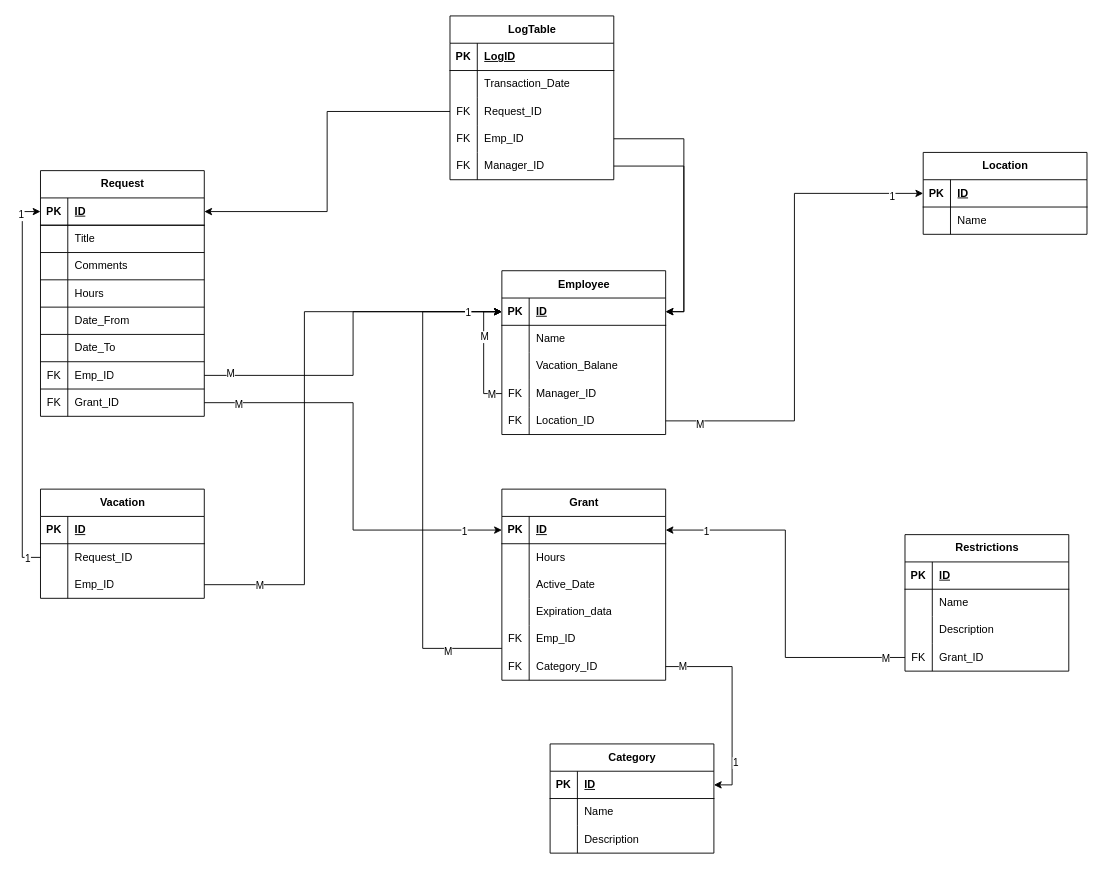
Above: VTS-Data Model.drawio in AbdallaSamirKhalifa/Vacation-Tracking-System-VTS-analysis (draw.io), before the change. Source tidied: cells renumbered, new cells numbered last; positions are measured from the earlier drawing's top-left corner, leaving out a move shared by most shapes. Both pictures are drawn from the tidied source at 91%, with x=0, y=0 at pixel (40, 15).
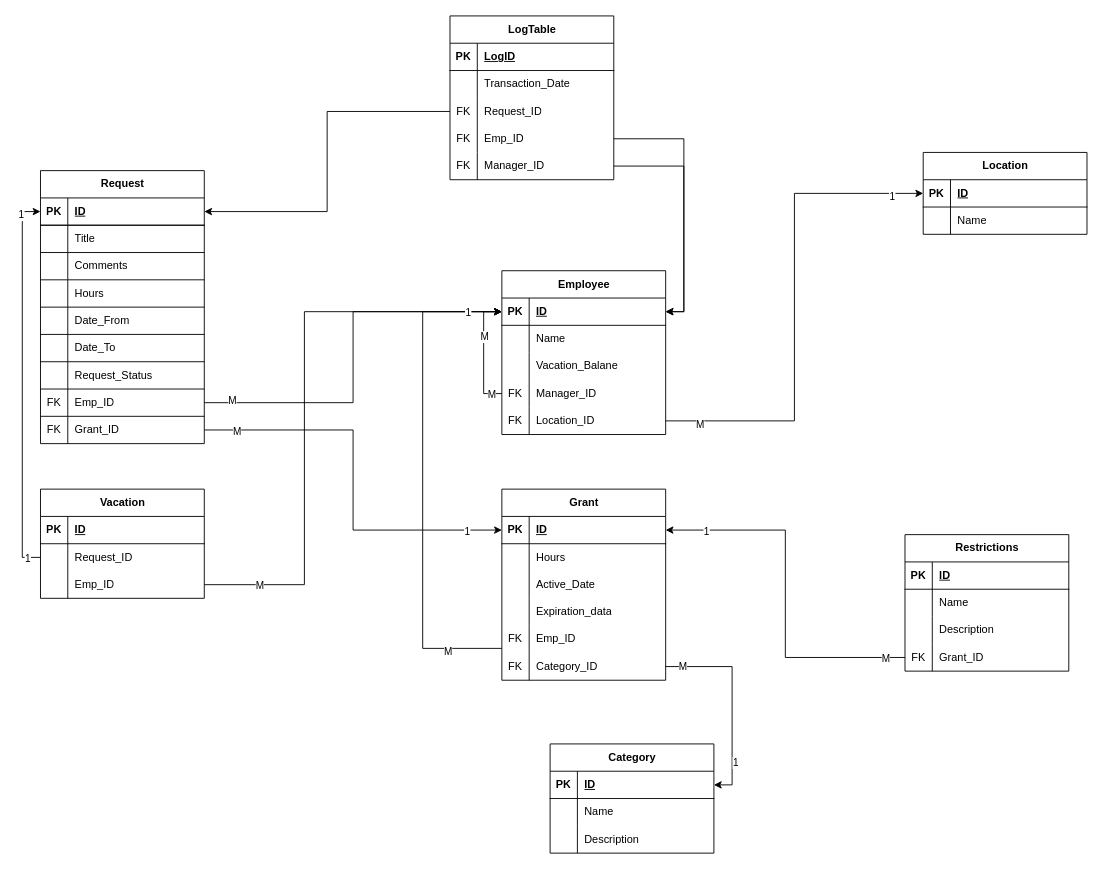
The same diagram, later.

Commit message (it also covers changes not shown here):
Created the Use case diagram for Mange time use case

Diff of the diagram source:
```diff
@@
     <mxCell id="31" value="Request" style="shape=table;startSize=30;childLayout=tableLayout;rowLines=1;fontStyle=1;align=center;html=1;columnLines=1;" parent="1" vertex="1">
-      <mxGeometry y="170" width="180" height="270" as="geometry" />
+      <mxGeometry y="170" width="180" height="300" as="geometry" />
     </mxCell>
@@
+    <mxCell id="150" style="shape=tableRow;horizontal=0;startSize=0;swimlaneHead=0;swimlaneBody=0;fillColor=none;top=0;left=0;right=0;bottom=0;" parent="31" vertex="1">
+      <mxGeometry y="210" width="180" height="30" as="geometry" />
+    </mxCell>
+    <mxCell id="151" style="shape=partialRectangle;fillColor=none;top=0;left=0;bottom=0;right=0;overflow=hidden;whiteSpace=wrap;html=1;" parent="150" vertex="1">
+      <mxGeometry width="30" height="30" as="geometry" />
+    </mxCell>
+    <mxCell id="152" value="Request_Status" style="shape=partialRectangle;fillColor=none;top=0;left=0;bottom=0;right=0;align=left;spacingLeft=6;overflow=hidden;whiteSpace=wrap;html=1;" parent="150" vertex="1">
+      <mxGeometry x="30" width="150" height="30" as="geometry" />
+    </mxCell>
     <mxCell id="50" style="shape=tableRow;horizontal=0;startSize=0;swimlaneHead=0;swimlaneBody=0;fillColor=none;points=[[0,0.5],[1,0.5]];portConstraint=eastwest;top=0;left=0;right=0;bottom=0;" parent="31" vertex="1">
-      <mxGeometry y="210" width="180" height="30" as="geometry" />
+      <mxGeometry y="240" width="180" height="30" as="geometry" />
     </mxCell>
@@
     <mxCell id="53" style="shape=tableRow;horizontal=0;startSize=0;swimlaneHead=0;swimlaneBody=0;fillColor=none;points=[[0,0.5],[1,0.5]];portConstraint=eastwest;top=0;left=0;right=0;bottom=0;" parent="31" vertex="1">
-      <mxGeometry y="240" width="180" height="30" as="geometry" />
+      <mxGeometry y="270" width="180" height="30" as="geometry" />
     </mxCell>
```
